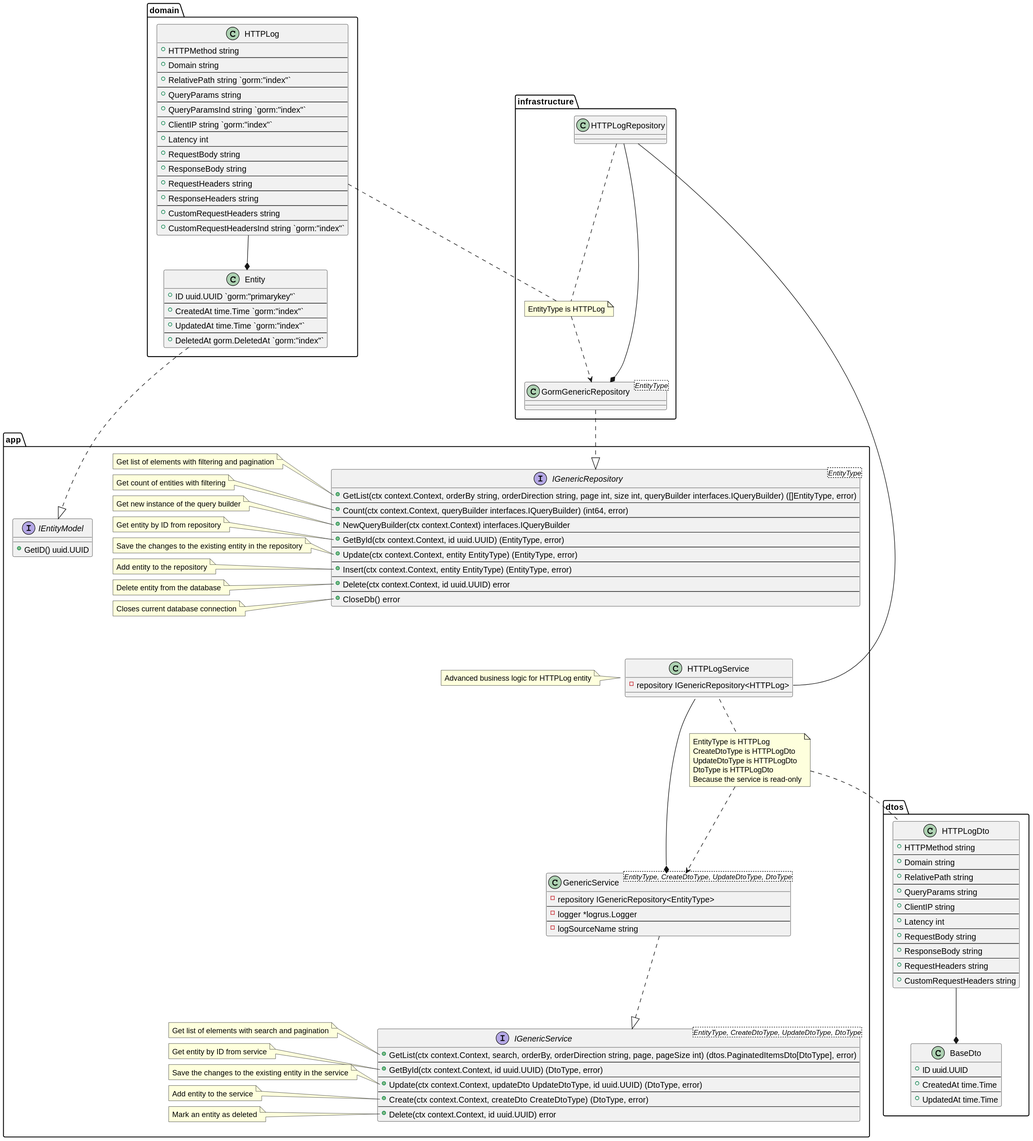
This is docs/plantuml/services/HTTPLogService.svg from lf-edge/rol, a PlantUML export, as it was before one commit. Source of this version:
```plantuml
@startuml

!include GenericService.puml
!include ../repositories/HTTPLogRepository.puml
!include ../dto/HTTPLog/HTTPLogDto.puml

package app {
    class HTTPLogService {
        -repository IGenericRepository<HTTPLog>
    }

    HTTPLogService .[hidden]up. IGenericRepository

    HTTPLogRepository -right- HTTPLogService::repository
    GenericService *-up- HTTPLogService

    note left of HTTPLogService
        Advanced business logic for HTTPLog entity
    end note

    note as HTTPLogServiceTypes
        EntityType is HTTPLog
        CreateDtoType is HTTPLogDto
        UpdateDtoType is HTTPLogDto
        DtoType is HTTPLogDto
        Because the service is read-only
    end note

    HTTPLogService .down. HTTPLogServiceTypes
    GenericService <.up. HTTPLogServiceTypes

    HTTPLogServiceTypes .. HTTPLogDto
}

@enduml
```
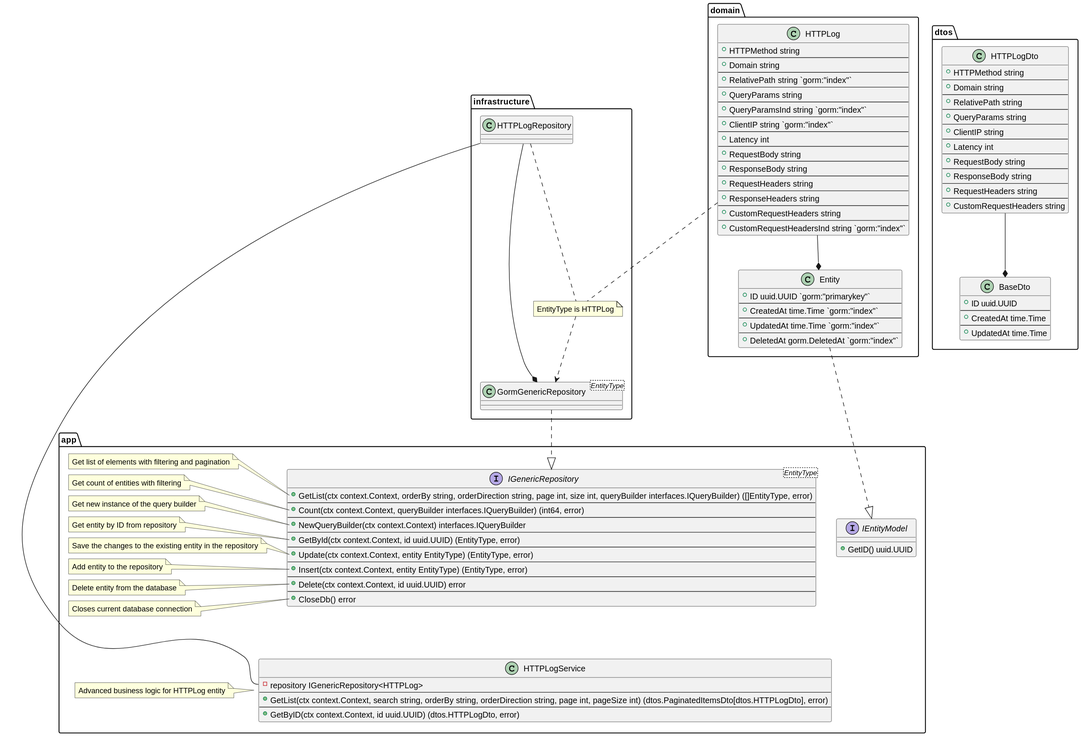
After the commit.

Change to the diagram source:
```diff
@@ -1,35 +1,24 @@
 @startuml
 
-!include GenericService.puml
 !include ../repositories/HTTPLogRepository.puml
 !include ../dto/HTTPLog/HTTPLogDto.puml
 
 package app {
     class HTTPLogService {
         -repository IGenericRepository<HTTPLog>
+        --
+        +GetList(ctx context.Context, search string, orderBy string, orderDirection string, page int, pageSize int) (dtos.PaginatedItemsDto[dtos.HTTPLogDto], error)
+        --
+        +GetByID(ctx context.Context, id uuid.UUID) (dtos.HTTPLogDto, error)
     }
 
     HTTPLogService .[hidden]up. IGenericRepository
 
     HTTPLogRepository -right- HTTPLogService::repository
-    GenericService *-up- HTTPLogService
 
     note left of HTTPLogService
         Advanced business logic for HTTPLog entity
     end note
-
-    note as HTTPLogServiceTypes
-        EntityType is HTTPLog
-        CreateDtoType is HTTPLogDto
-        UpdateDtoType is HTTPLogDto
-        DtoType is HTTPLogDto
-        Because the service is read-only
-    end note
-
-    HTTPLogService .down. HTTPLogServiceTypes
-    GenericService <.up. HTTPLogServiceTypes
-
-    HTTPLogServiceTypes .. HTTPLogDto
 }
 
 @enduml
```
